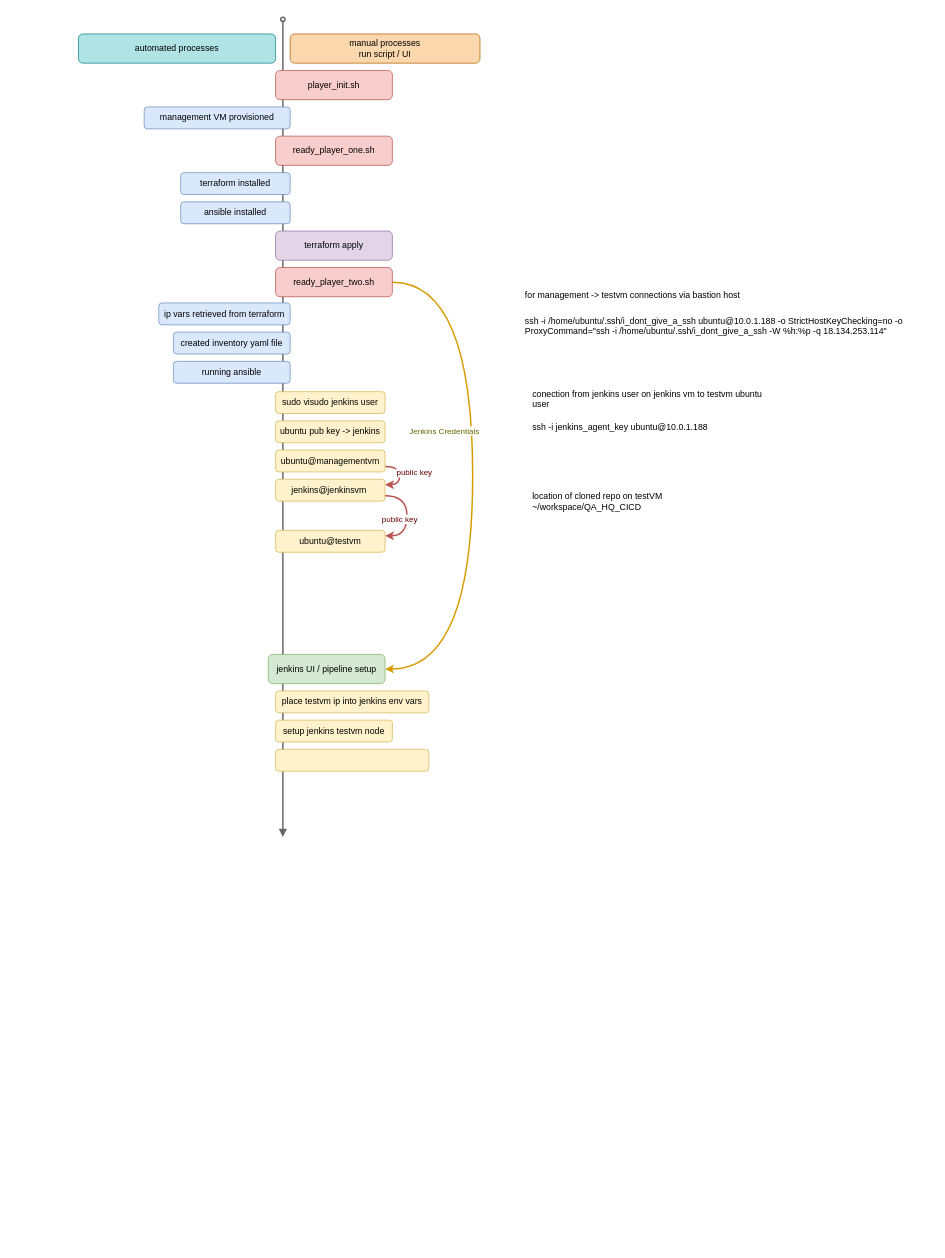
Earlier version of the draw.io diagram other_files/manual_process_checkpoints.drawio (Jenkins-Spice-Latte/QA-Help-Queue-App). Source tidied: cells renumbered, new cells numbered last; positions are measured from the earlier drawing's top-left corner, leaving out a move shared by most shapes. Both pictures are drawn from the tidied source at 73%, with x=0, y=0 at pixel (78, 19).
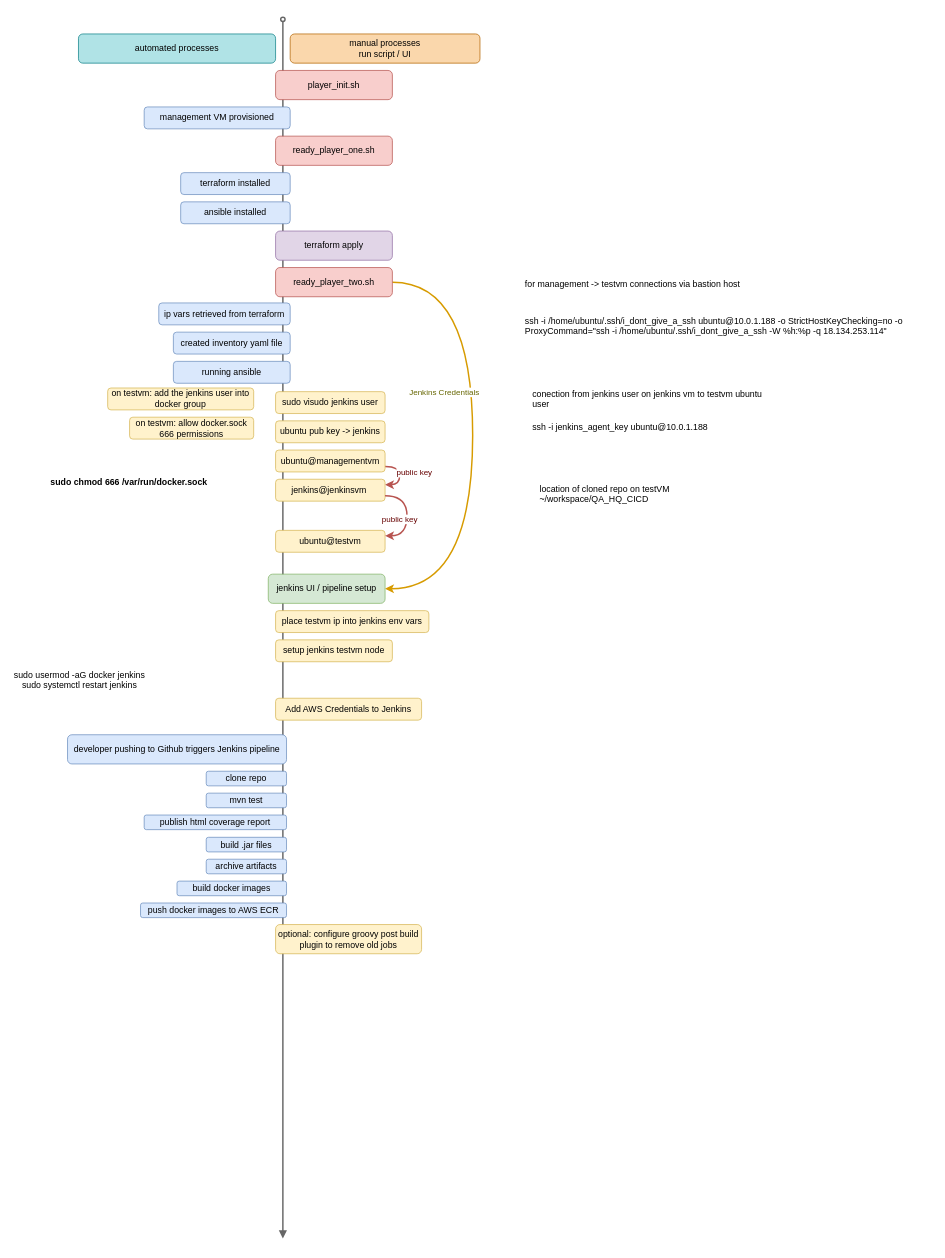
The same page after the edit.

The change refers to these unchanged cells:
```xml
<mxCell id="10" value="ready_player_two.sh" style="rounded=1;whiteSpace=wrap;html=1;fillColor=#f8cecc;strokeColor=#b85450;" parent="1" vertex="1">
  <mxGeometry x="270" y="340" width="160" height="40" as="geometry" />
</mxCell>
```

The edit, as a diff of the source:
```diff
@@
     <mxCell id="2" style="endArrow=oval;html=1;strokeWidth=2;fillColor=#f5f5f5;strokeColor=#666666;startArrow=block;startFill=1;endFill=0;" parent="1" edge="1">
       <mxGeometry relative="1" as="geometry">
-        <mxPoint x="280" y="1120" as="sourcePoint" />
+        <mxPoint x="280" y="1670" as="sourcePoint" />
         <mxPoint x="280" as="targetPoint" />
       </mxGeometry>
     </mxCell>
@@
     <mxCell id="8" style="edgeStyle=orthogonalEdgeStyle;curved=1;rounded=0;jettySize=auto;html=1;exitX=1;exitY=0.5;exitDx=0;exitDy=0;entryX=1;entryY=0.5;entryDx=0;entryDy=0;startArrow=none;startFill=0;endArrow=classic;endFill=1;strokeWidth=2;fillColor=#ffe6cc;strokeColor=#d79b00;" parent="1" edge="1" source="10" target="14">
       <mxGeometry relative="1" as="geometry">
         <Array as="points">
           <mxPoint x="540" y="360" />
-          <mxPoint x="540" y="890" />
+          <mxPoint x="540" y="780" />
         </Array>
       </mxGeometry>
     </mxCell>
@@
     <mxCell id="14" value="jenkins UI / pipeline setup" style="rounded=1;whiteSpace=wrap;html=1;fillColor=#d5e8d4;strokeColor=#82b366;" parent="1" vertex="1">
-      <mxGeometry x="260" y="870" width="160" height="40" as="geometry" />
+      <mxGeometry x="260" y="760" width="160" height="40" as="geometry" />
     </mxCell>
@@
     <mxCell id="19" value="place testvm ip into jenkins env vars" style="rounded=1;whiteSpace=wrap;html=1;fillColor=#fff2cc;strokeColor=#d6b656;" parent="1" vertex="1">
-      <mxGeometry x="270" y="920" width="210" height="30" as="geometry" />
+      <mxGeometry x="270" y="810" width="210" height="30" as="geometry" />
     </mxCell>
@@
     <mxCell id="27" value="for management -&amp;gt; testvm connections via bastion host" style="text;whiteSpace=wrap;html=1;" parent="1" vertex="1">
-      <mxGeometry x="610" y="364" width="330" height="40" as="geometry" />
+      <mxGeometry x="610" y="348.5" width="330" height="40" as="geometry" />
     </mxCell>
@@
     <mxCell id="30" value="setup jenkins testvm node" style="rounded=1;whiteSpace=wrap;html=1;fillColor=#fff2cc;strokeColor=#d6b656;" parent="1" vertex="1">
-      <mxGeometry x="270" y="960" width="160" height="30" as="geometry" />
+      <mxGeometry x="270" y="850" width="160" height="30" as="geometry" />
     </mxCell>
-    <mxCell id="31" style="rounded=1;whiteSpace=wrap;html=1;fillColor=#fff2cc;strokeColor=#d6b656;" parent="1" vertex="1">
-      <mxGeometry x="270" y="1000" width="210" height="30" as="geometry" />
+    <mxCell id="31" value="on testvm: add the jenkins user into docker group" style="rounded=1;whiteSpace=wrap;html=1;fillColor=#fff2cc;strokeColor=#d6b656;" parent="1" vertex="1">
+      <mxGeometry x="40" y="505" width="200" height="30" as="geometry" />
     </mxCell>
     <mxCell id="32" value="location of cloned repo on testVM&amp;nbsp;&lt;br&gt;~/workspace/QA_HQ_CICD" style="text;whiteSpace=wrap;html=1;" parent="1" vertex="1">
-      <mxGeometry x="620" y="640" width="550" height="40" as="geometry" />
+      <mxGeometry x="630" y="630" width="280" height="40" as="geometry" />
     </mxCell>
+    <mxCell id="33" value="developer pushing to Github triggers Jenkins pipeline" style="rounded=1;whiteSpace=wrap;html=1;fillColor=#dae8fc;strokeColor=#6c8ebf;" parent="1" vertex="1">
+      <mxGeometry x="-15" y="980" width="300" height="40" as="geometry" />
+    </mxCell>
+    <mxCell id="34" value="clone repo" style="rounded=1;whiteSpace=wrap;html=1;fillColor=#dae8fc;strokeColor=#6c8ebf;" parent="1" vertex="1">
+      <mxGeometry x="175" y="1030" width="110" height="20" as="geometry" />
+    </mxCell>
+    <mxCell id="35" value="mvn test" style="rounded=1;whiteSpace=wrap;html=1;fillColor=#dae8fc;strokeColor=#6c8ebf;" parent="1" vertex="1">
+      <mxGeometry x="175" y="1060" width="110" height="20" as="geometry" />
+    </mxCell>
+    <mxCell id="36" value="build .jar files" style="rounded=1;whiteSpace=wrap;html=1;fillColor=#dae8fc;strokeColor=#6c8ebf;" parent="1" vertex="1">
+      <mxGeometry x="175" y="1120.5" width="110" height="20" as="geometry" />
+    </mxCell>
+    <mxCell id="37" value="archive artifacts" style="rounded=1;whiteSpace=wrap;html=1;fillColor=#dae8fc;strokeColor=#6c8ebf;" parent="1" vertex="1">
+      <mxGeometry x="175" y="1150.5" width="110" height="20" as="geometry" />
+    </mxCell>
+    <mxCell id="38" value="&lt;div style=&quot;text-align: center&quot;&gt;sudo usermod -aG docker jenkins&lt;/div&gt;&lt;div style=&quot;text-align: center&quot;&gt;sudo systemctl restart jenkins&lt;/div&gt;" style="text;whiteSpace=wrap;html=1;" parent="1" vertex="1">
+      <mxGeometry x="-90" y="885" width="280" height="40" as="geometry" />
+    </mxCell>
+    <mxCell id="39" value="build docker images" style="rounded=1;whiteSpace=wrap;html=1;fillColor=#dae8fc;strokeColor=#6c8ebf;" parent="1" vertex="1">
+      <mxGeometry x="135" y="1180.5" width="150" height="20" as="geometry" />
+    </mxCell>
+    <mxCell id="40" value="push docker images to AWS ECR" style="rounded=1;whiteSpace=wrap;html=1;fillColor=#dae8fc;strokeColor=#6c8ebf;" parent="1" vertex="1">
+      <mxGeometry x="85" y="1210.5" width="200" height="20" as="geometry" />
+    </mxCell>
+    <mxCell id="41" value="Add AWS Credentials to Jenkins" style="rounded=1;whiteSpace=wrap;html=1;fillColor=#fff2cc;strokeColor=#d6b656;" parent="1" vertex="1">
+      <mxGeometry x="270" y="930" width="200" height="30" as="geometry" />
+    </mxCell>
+    <mxCell id="42" value="optional: configure groovy post build plugin to remove old jobs" style="rounded=1;whiteSpace=wrap;html=1;fillColor=#fff2cc;strokeColor=#d6b656;" parent="1" vertex="1">
+      <mxGeometry x="270" y="1240" width="200" height="40" as="geometry" />
+    </mxCell>
+    <mxCell id="43" value="publish html coverage report" style="rounded=1;whiteSpace=wrap;html=1;fillColor=#dae8fc;strokeColor=#6c8ebf;" parent="1" vertex="1">
+      <mxGeometry x="90" y="1090" width="195" height="20" as="geometry" />
+    </mxCell>
+    <mxCell id="44" value="&lt;strong&gt;sudo chmod 666 /var/run/docker.sock&lt;/strong&gt;" style="text;whiteSpace=wrap;html=1;" parent="1" vertex="1">
+      <mxGeometry x="-40" y="620" width="240" height="30" as="geometry" />
+    </mxCell>
+    <mxCell id="45" value="on testvm: allow docker.sock 666 permissions" style="rounded=1;whiteSpace=wrap;html=1;fillColor=#fff2cc;strokeColor=#d6b656;" parent="1" vertex="1">
+      <mxGeometry x="70" y="545" width="170" height="30" as="geometry" />
+    </mxCell>
```
